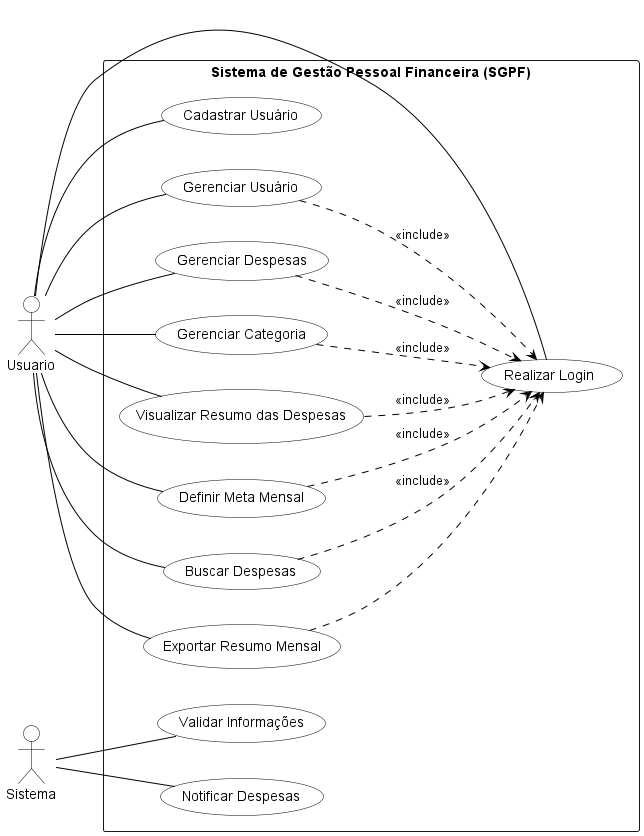
This is documents/use_case_diagram/diagrama_caso_de_uso.png from LucasMairon/FinanSee, a PlantUML export, as it was before one commit.
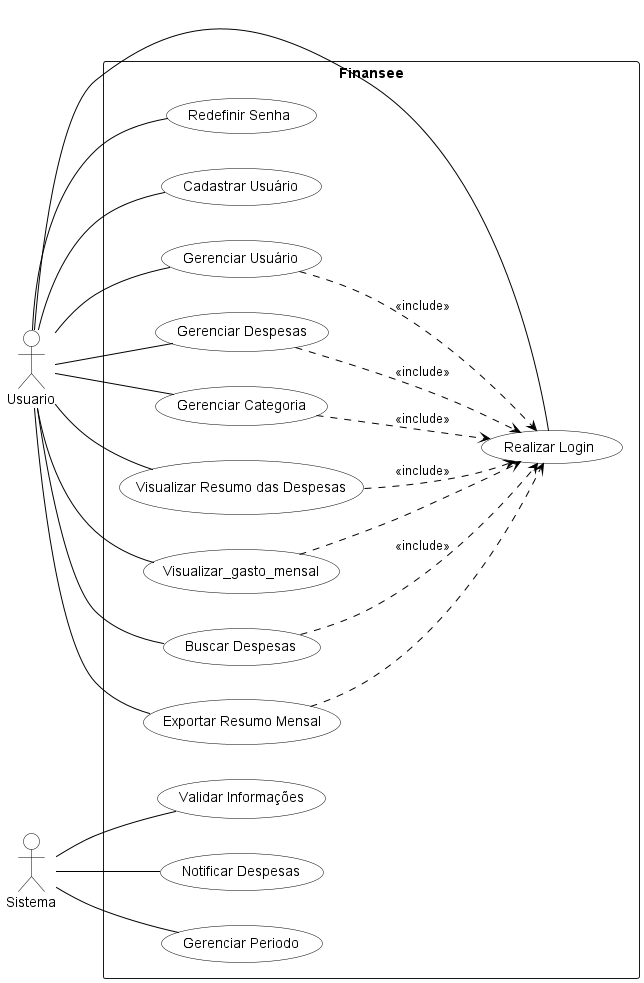
After the change.

Commit message:
docs: updating use case diagram

Diff of the diagram source:
```diff
@@ -9,17 +9,19 @@
 skinparam ArrowColor black
 
 
-rectangle "Sistema de Gestão Pessoal Financeira (SGPF)" {
+rectangle "Finansee" {
+    (Realizar Login) as realizar_login
+    (Cadastrar Usuário) as cadastrar_usuario
     (Gerenciar Usuário) as gerenciar_usuario
-    (Cadastrar Usuário) as cadastrar_usuario
     (Gerenciar Despesas) as gerenciar_despesas
     (Gerenciar Categoria) as gerenciar_categoria
     (Notificar Despesas) as notificar_depesas
     (Visualizar Resumo das Despesas) as visualizar_resumo_despesas
-    (Definir Meta Mensal) as definir_meta
+    (Visualizar_gasto_mensal) as visualizar_gasto_mensal
     (Buscar Despesas) as buscar_despesas
     (Exportar Resumo Mensal) as exportar_resumo_mensal
-    (Realizar Login) as realizar_login
+    (Redefinir Senha) as redefinir_senha
+    (Gerenciar Periodo) as gerenciar_periodo
     (Validar Informações) as validar_informacoes
 }
 
@@ -28,24 +30,26 @@
 
 sistema -- validar_informacoes
 sistema -- notificar_depesas
+sistema -- gerenciar_periodo
 
 usuario -- realizar_login
 usuario -- gerenciar_usuario
 usuario -up- cadastrar_usuario
+usuario -- redefinir_senha
 
 gerenciar_usuario ..> realizar_login: <<include>>
 
 usuario -- gerenciar_despesas
 usuario -- visualizar_resumo_despesas
-usuario -- definir_meta
 usuario -- buscar_despesas
 usuario -- exportar_resumo_mensal
+usuario -- visualizar_gasto_mensal
 
 gerenciar_despesas ..> realizar_login: <<include>>
 visualizar_resumo_despesas ..> realizar_login: <<include>>
-definir_meta ..> realizar_login: <<include>>
 buscar_despesas ..> realizar_login: <<include>>
 exportar_resumo_mensal ..> realizar_login <<include>>
+visualizar_gasto_mensal ..> realizar_login <<include>>
 
 usuario -- gerenciar_categoria
 
```
